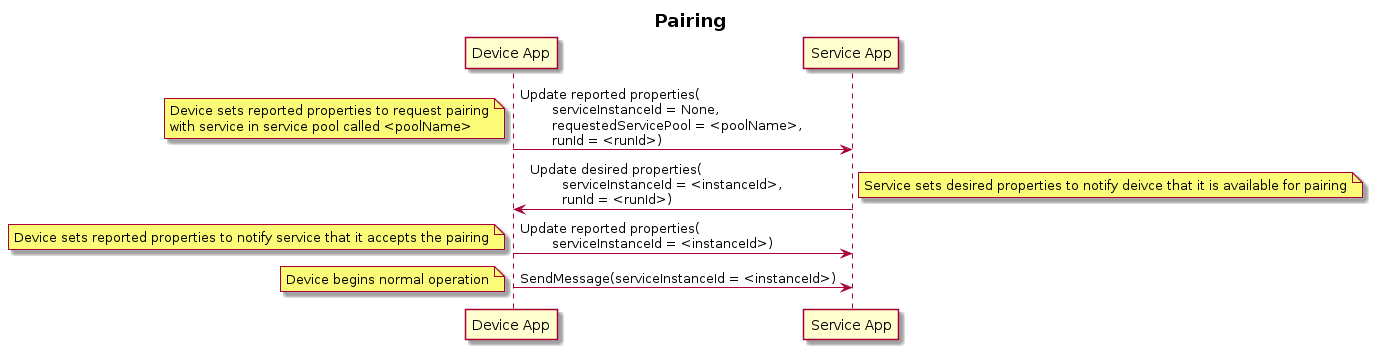
Earlier version of the PlantUML export docs/assets/pairing.png (Azure/iot-sdk-longhaul).
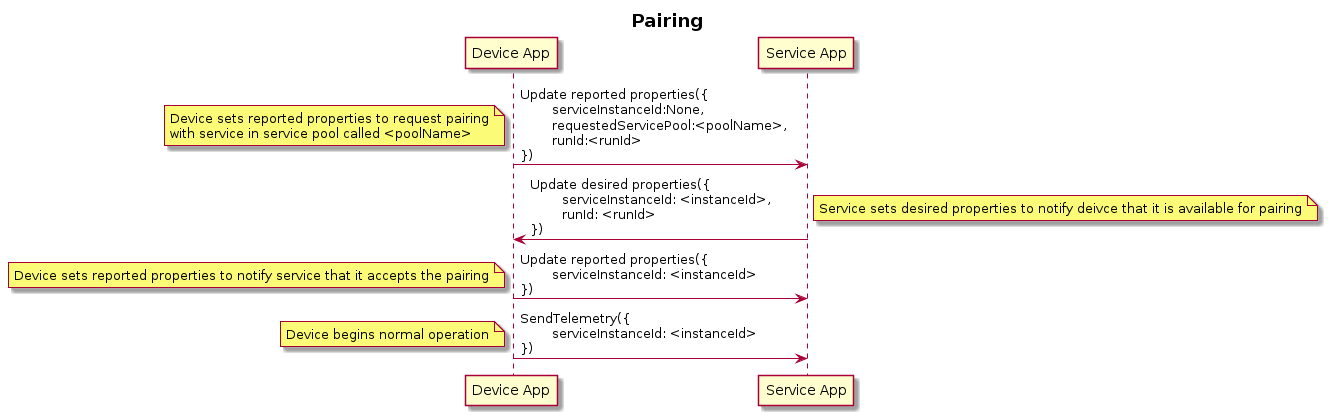
After the change.

What changed in the source:
```diff
@@ -5,16 +5,16 @@
 
 title **Pairing**
 
-D -> S: Update reported properties(\n\tserviceInstanceId = None, \n\trequestedServicePool = <poolName>, \n\trunId = <runId>)
+D -> S: Update reported properties({\n\tserviceInstanceId:None, \n\trequestedServicePool:<poolName>, \n\trunId:<runId>\n})
 note left: Device sets reported properties to request pairing\nwith service in service pool called <poolName>
 
-S -> D: Update desired properties(\n\tserviceInstanceId = <instanceId>, \n\trunId = <runId>)
+S -> D: Update desired properties({\n\tserviceInstanceId: <instanceId>, \n\trunId: <runId>\n})
 note right: Service sets desired properties to notify deivce that it is available for pairing
 
-D -> S: Update reported properties(\n\tserviceInstanceId = <instanceId>)
+D -> S: Update reported properties({\n\tserviceInstanceId: <instanceId>\n})
 note left: Device sets reported properties to notify service that it accepts the pairing
 
-D -> S: SendMessage(serviceInstanceId = <instanceId>)
+D -> S: SendTelemetry({\n\tserviceInstanceId: <instanceId>\n})
 note left: Device begins normal operation
 
 @enduml
```
